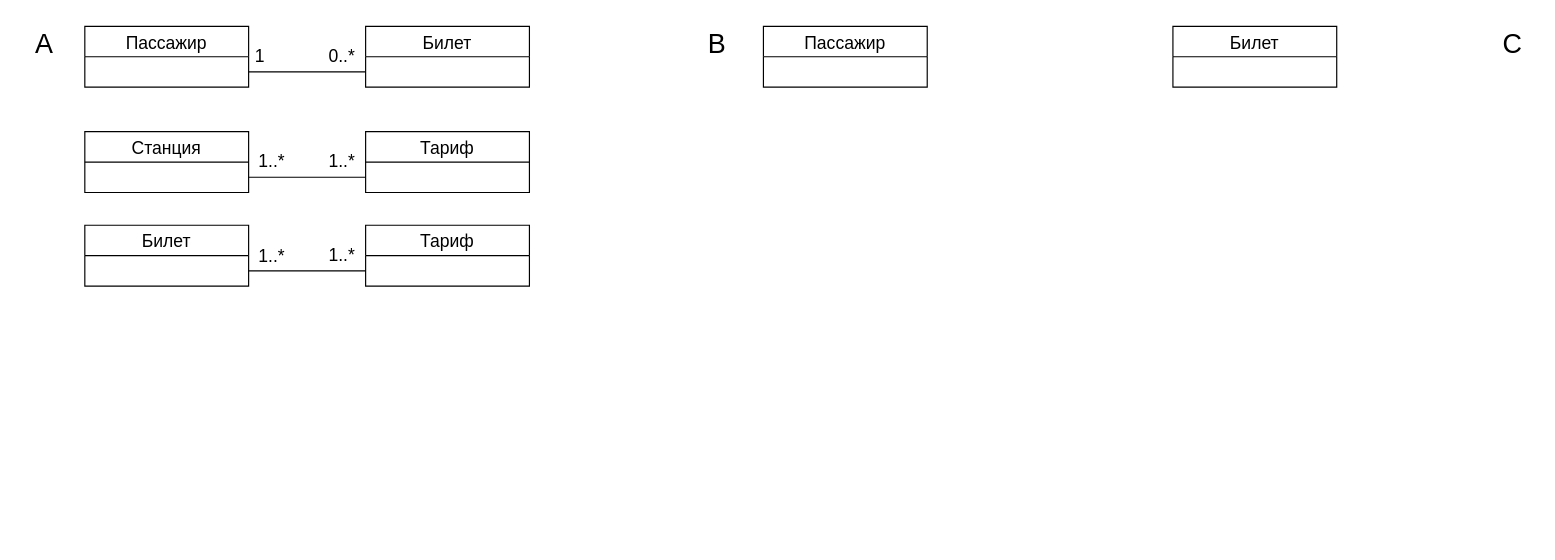
Above: Диаграмма без названия.drawio in novikovikbo/homework (draw.io), before the change. Source tidied: cells renumbered, new cells numbered last; positions are measured from the earlier drawing's top-left corner, leaving out a move shared by most shapes. Both pictures are drawn from the tidied source at 117%, with x=0, y=0 at pixel (20, 20).
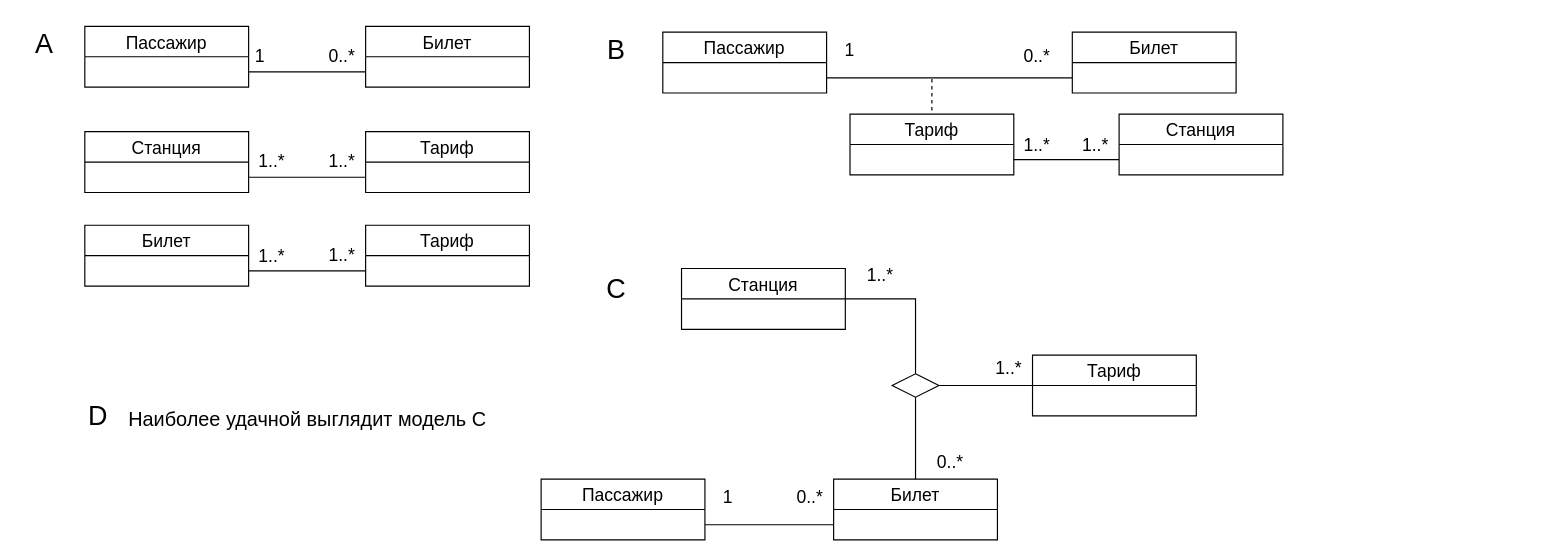
The same page after the edit.

Change to the diagram source:
```diff
@@
     <mxCell id="18" value="В" style="text;html=1;align=center;verticalAlign=middle;strokeColor=none;fillColor=none;fontSize=23;" parent="1" vertex="1">
-      <mxGeometry x="575" width="40" height="40" as="geometry" />
+      <mxGeometry x="489" y="5" width="40" height="40" as="geometry" />
     </mxCell>
     <mxCell id="19" value="С" style="text;html=1;align=center;verticalAlign=middle;strokeColor=none;fillColor=none;fontSize=23;" parent="1" vertex="1">
-      <mxGeometry x="1255" width="40" height="40" as="geometry" />
+      <mxGeometry x="489" y="210" width="40" height="40" as="geometry" />
     </mxCell>
+    <mxCell id="22" style="edgeStyle=orthogonalEdgeStyle;rounded=0;jettySize=auto;html=1;exitX=1;exitY=0.75;exitDx=0;exitDy=0;entryX=0;entryY=0.75;entryDx=0;entryDy=0;fontSize=23;endArrow=none;endFill=0;" parent="1" edge="1" source="20" target="21">
+      <mxGeometry relative="1" as="geometry" />
+    </mxCell>
     <mxCell id="20" value="Пассажир" style="swimlane;fontStyle=0;horizontal=1;startSize=26;fillColor=none;fontSize=15;" parent="1" vertex="1">
-      <mxGeometry x="635" y="5" width="140" height="52" as="geometry" />
+      <mxGeometry x="549" y="10" width="140" height="52" as="geometry" />
     </mxCell>
     <mxCell id="21" value="Билет" style="swimlane;fontStyle=0;horizontal=1;startSize=26;fillColor=none;fontSize=15;" parent="1" vertex="1">
-      <mxGeometry x="985" y="5" width="140" height="52" as="geometry" />
+      <mxGeometry x="899" y="10" width="140" height="52" as="geometry" />
     </mxCell>
+    <mxCell id="23" style="edgeStyle=orthogonalEdgeStyle;rounded=0;jettySize=auto;html=1;exitX=1;exitY=0.75;exitDx=0;exitDy=0;entryX=0;entryY=0.75;entryDx=0;entryDy=0;fontSize=23;endArrow=none;endFill=0;" parent="1" edge="1" source="24" target="28">
+      <mxGeometry relative="1" as="geometry" />
+    </mxCell>
+    <mxCell id="24" value="Тариф" style="swimlane;fontStyle=0;horizontal=1;startSize=26;fillColor=none;fontSize=15;" parent="1" vertex="1">
+      <mxGeometry x="709" y="80" width="140" height="52" as="geometry" />
+    </mxCell>
+    <mxCell id="25" style="endArrow=none;dashed=1;html=1;rounded=0;fontSize=23;entryX=0.5;entryY=0;entryDx=0;entryDy=0;" parent="1" edge="1" target="24">
+      <mxGeometry relative="1" as="geometry">
+        <mxPoint x="779" y="50" as="sourcePoint" />
+      </mxGeometry>
+    </mxCell>
+    <mxCell id="26" value="1" style="text;html=1;strokeColor=none;fillColor=none;align=center;verticalAlign=middle;whiteSpace=wrap;rounded=0;fontSize=15;" parent="1" vertex="1">
+      <mxGeometry x="679" y="10" width="60" height="30" as="geometry" />
+    </mxCell>
+    <mxCell id="27" value="0..*" style="text;html=1;strokeColor=none;fillColor=none;align=center;verticalAlign=middle;whiteSpace=wrap;rounded=0;fontSize=15;" parent="1" vertex="1">
+      <mxGeometry x="839" y="15" width="60" height="30" as="geometry" />
+    </mxCell>
+    <mxCell id="28" value="Станция" style="swimlane;fontStyle=0;horizontal=1;startSize=26;fillColor=none;fontSize=15;" parent="1" vertex="1">
+      <mxGeometry x="939" y="80" width="140" height="52" as="geometry" />
+    </mxCell>
+    <mxCell id="29" value="1..*" style="text;html=1;strokeColor=none;fillColor=none;align=center;verticalAlign=middle;whiteSpace=wrap;rounded=0;fontSize=15;" parent="1" vertex="1">
+      <mxGeometry x="839" y="91" width="60" height="30" as="geometry" />
+    </mxCell>
+    <mxCell id="30" value="1..*" style="text;html=1;strokeColor=none;fillColor=none;align=center;verticalAlign=middle;whiteSpace=wrap;rounded=0;fontSize=15;" parent="1" vertex="1">
+      <mxGeometry x="889" y="91" width="60" height="30" as="geometry" />
+    </mxCell>
+    <mxCell id="31" style="edgeStyle=orthogonalEdgeStyle;rounded=0;jettySize=auto;html=1;exitX=1;exitY=0.5;exitDx=0;exitDy=0;entryX=0.5;entryY=0;entryDx=0;entryDy=0;fontSize=23;endArrow=none;endFill=0;" parent="1" edge="1" source="32" target="39">
+      <mxGeometry relative="1" as="geometry" />
+    </mxCell>
+    <mxCell id="32" value="Станция" style="swimlane;fontStyle=0;horizontal=1;startSize=26;fillColor=none;fontSize=15;" parent="1" vertex="1">
+      <mxGeometry x="565" y="212" width="140" height="52" as="geometry" />
+    </mxCell>
+    <mxCell id="33" value="Тариф" style="swimlane;fontStyle=0;horizontal=1;startSize=26;fillColor=none;fontSize=15;" parent="1" vertex="1">
+      <mxGeometry x="865" y="286" width="140" height="52" as="geometry" />
+    </mxCell>
+    <mxCell id="34" style="edgeStyle=orthogonalEdgeStyle;rounded=0;jettySize=auto;html=1;exitX=1;exitY=0.75;exitDx=0;exitDy=0;entryX=0;entryY=0.75;entryDx=0;entryDy=0;fontSize=23;endArrow=none;endFill=0;" parent="1" edge="1" source="35" target="37">
+      <mxGeometry relative="1" as="geometry" />
+    </mxCell>
+    <mxCell id="35" value="Пассажир" style="swimlane;fontStyle=0;horizontal=1;startSize=26;fillColor=none;fontSize=15;" parent="1" vertex="1">
+      <mxGeometry x="445" y="392" width="140" height="52" as="geometry" />
+    </mxCell>
+    <mxCell id="36" style="edgeStyle=orthogonalEdgeStyle;rounded=0;jettySize=auto;html=1;exitX=0.5;exitY=0;exitDx=0;exitDy=0;entryX=0.5;entryY=1;entryDx=0;entryDy=0;fontSize=23;endArrow=none;endFill=0;" parent="1" edge="1" source="37" target="39">
+      <mxGeometry relative="1" as="geometry" />
+    </mxCell>
+    <mxCell id="37" value="Билет" style="swimlane;fontStyle=0;horizontal=1;startSize=26;fillColor=none;fontSize=15;" parent="1" vertex="1">
+      <mxGeometry x="695" y="392" width="140" height="52" as="geometry" />
+    </mxCell>
+    <mxCell id="38" style="edgeStyle=orthogonalEdgeStyle;rounded=0;jettySize=auto;html=1;exitX=1;exitY=0.5;exitDx=0;exitDy=0;entryX=0;entryY=0.5;entryDx=0;entryDy=0;fontSize=23;endArrow=none;endFill=0;" parent="1" edge="1" source="39" target="33">
+      <mxGeometry relative="1" as="geometry" />
+    </mxCell>
+    <mxCell id="39" style="rhombus;whiteSpace=wrap;html=1;fontSize=23;" parent="1" vertex="1">
+      <mxGeometry x="745" y="302" width="40" height="20" as="geometry" />
+    </mxCell>
+    <mxCell id="40" value="1" style="text;html=1;strokeColor=none;fillColor=none;align=center;verticalAlign=middle;whiteSpace=wrap;rounded=0;fontSize=15;" parent="1" vertex="1">
+      <mxGeometry x="575" y="392" width="60" height="30" as="geometry" />
+    </mxCell>
+    <mxCell id="41" value="0..*" style="text;html=1;strokeColor=none;fillColor=none;align=center;verticalAlign=middle;whiteSpace=wrap;rounded=0;fontSize=15;" parent="1" vertex="1">
+      <mxGeometry x="645" y="392" width="60" height="30" as="geometry" />
+    </mxCell>
+    <mxCell id="42" value="0..*" style="text;html=1;strokeColor=none;fillColor=none;align=center;verticalAlign=middle;whiteSpace=wrap;rounded=0;fontSize=15;" parent="1" vertex="1">
+      <mxGeometry x="765" y="362" width="60" height="30" as="geometry" />
+    </mxCell>
+    <mxCell id="43" value="1..*" style="text;html=1;strokeColor=none;fillColor=none;align=center;verticalAlign=middle;whiteSpace=wrap;rounded=0;fontSize=15;" parent="1" vertex="1">
+      <mxGeometry x="815" y="282" width="60" height="30" as="geometry" />
+    </mxCell>
+    <mxCell id="44" value="1..*" style="text;html=1;strokeColor=none;fillColor=none;align=center;verticalAlign=middle;whiteSpace=wrap;rounded=0;fontSize=15;" parent="1" vertex="1">
+      <mxGeometry x="705" y="202" width="60" height="30" as="geometry" />
+    </mxCell>
+    <mxCell id="45" value="D" style="text;html=1;align=center;verticalAlign=middle;strokeColor=none;fillColor=none;fontSize=23;" parent="1" vertex="1">
+      <mxGeometry x="48" y="318" width="35" height="40" as="geometry" />
+    </mxCell>
+    <mxCell id="46" value="Наиболее удачной выглядит модель С" style="text;html=1;align=center;verticalAlign=middle;strokeColor=none;fillColor=none;fontSize=17;" parent="1" vertex="1">
+      <mxGeometry x="83" y="326" width="324" height="32" as="geometry" />
+    </mxCell>
```
